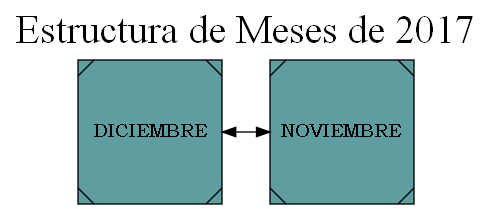
AngelArteaga1/EDD_VirtualMall_201901816 keeps this Graphviz diagram as EDD_VirtualMall_201901816/Reportes/month.png. Above is the earlier version. Its source is kept beside it as EDD_VirtualMall_201901816/Dot/month.dot. Source of this version:
```dot
digraph month {
node [shape=Msquare, fontname="Bookman Old Style", width=1.5, style=filled, fillcolor=cadetblue];
edge [dir="both"]
labelloc="t";
label="Estructura de Meses de 2017";
fontsize=30;
rankdir="LR";
nodoDICIEMBRE[ label ="DICIEMBRE"]
nodoNOVIEMBRE[ label ="NOVIEMBRE"]
nodoDICIEMBRE->nodoNOVIEMBRE
}
```
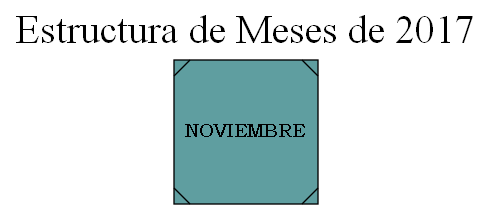
After the change.

The edit, as a diff of the source:
```diff
@@ -2,10 +2,8 @@
 node [shape=Msquare, fontname="Bookman Old Style", width=1.5, style=filled, fillcolor=cadetblue];
 edge [dir="both"]
 labelloc="t";
-label="Estructura de Meses de 2017";
+label="Estructura de Meses de 2021";
 fontsize=30;
 rankdir="LR";
-nodoDICIEMBRE[ label ="DICIEMBRE"]
-nodoNOVIEMBRE[ label ="NOVIEMBRE"]
-nodoDICIEMBRE->nodoNOVIEMBRE
+nodoMARZO[ label ="MARZO"]
 }
```
